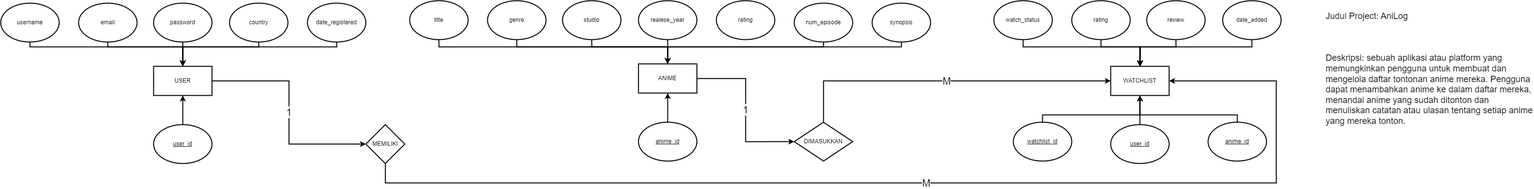
Above: tugas_erd_muhamad_shidiq_maulana_fs5.drawio.png in shidiqmuh0/testampas (draw.io), before the change. Source tidied: cells renumbered, new cells last; positions are measured from the earlier drawing's top-left corner, leaving out a move shared by most shapes.
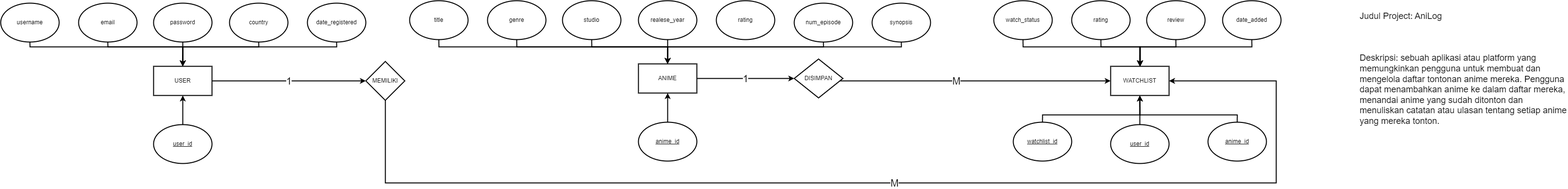
Above is the later version.

What changed in the source:
```diff
@@ -237,21 +237,22 @@
       </mxGeometry>
     </mxCell>
     <mxCell id="49" value="MEMILIKI" style="rhombus;whiteSpace=wrap;html=1;strokeWidth=2;" parent="1" vertex="1">
-      <mxGeometry x="750" y="255" width="80" height="80" as="geometry" />
+      <mxGeometry x="750" y="125" width="80" height="80" as="geometry" />
     </mxCell>
-    <mxCell id="50" value="&lt;font style=&quot;font-size: 20px;&quot;&gt;M&lt;/font&gt;" style="edgeStyle=orthogonalEdgeStyle;rounded=0;jettySize=auto;html=1;strokeWidth=2;" parent="1" edge="1" source="51">
+    <mxCell id="50" value="&lt;font style=&quot;font-size: 20px;&quot;&gt;M&lt;/font&gt;" style="edgeStyle=orthogonalEdgeStyle;rounded=0;orthogonalLoop=1;jettySize=auto;html=1;strokeWidth=2;" parent="1" edge="1">
       <mxGeometry relative="1" as="geometry">
+        <mxPoint x="1730" y="160" as="sourcePoint" />
         <mxPoint x="2280" y="165" as="targetPoint" />
         <Array as="points">
           <mxPoint x="1690" y="165" />
         </Array>
       </mxGeometry>
     </mxCell>
-    <mxCell id="51" value="DIMASUKKAN" style="rhombus;whiteSpace=wrap;html=1;strokeWidth=2;" parent="1" vertex="1">
-      <mxGeometry x="1630" y="250" width="120" height="80" as="geometry" />
+    <mxCell id="51" value="DISIMPAN" style="rhombus;whiteSpace=wrap;html=1;strokeWidth=2;" parent="1" vertex="1">
+      <mxGeometry x="1630" y="120" width="100" height="80" as="geometry" />
     </mxCell>
     <mxCell id="52" value="&lt;font style=&quot;font-size: 18px;&quot;&gt;Judul Project: AniLog&lt;br/&gt;&lt;br&gt;&lt;br/&gt;&lt;br&gt;Deskripsi: sebuah aplikasi atau platform yang memungkinkan pengguna untuk membuat dan mengelola daftar tontonan anime mereka. Pengguna dapat menambahkan anime ke dalam daftar mereka, menandai anime yang sudah ditonton dan menuliskan catatan atau ulasan tentang setiap anime yang mereka tonton.&lt;/font&gt;" style="text;whiteSpace=wrap;html=1;" parent="1" vertex="1">
-      <mxGeometry x="2720" y="15" width="430" height="360" as="geometry" />
+      <mxGeometry x="2790" y="15" width="430" height="360" as="geometry" />
     </mxCell>
   </root>
 </mxGraphModel>
```
